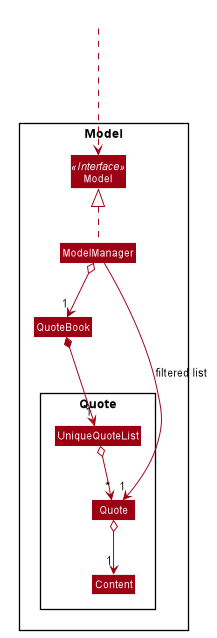
The PlantUML diagram docs/images/ModelQuoteClassDiagram.png in nus-cs2103-AY1920S2/addressbook-level3, before a commit.
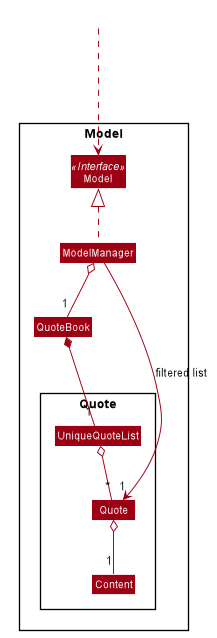
After the commit.

Change to the diagram source:
```diff
@@ -68,12 +68,12 @@
     class Content
 }
 HiddenOutside ...> Model
-ModelManager o--> "1" QuoteBook
+ModelManager o-- "1" QuoteBook
 ModelManager .up.|> Model
 ModelManager --> "1" Quote : filtered list
 
-QuoteBook *-down->"1" UniqueQuoteList
-UniqueQuoteList o--> "*" Quote
-Quote o--> "1" Content
+QuoteBook *-down-"1" UniqueQuoteList
+UniqueQuoteList o-- "*" Quote
+Quote o-- "1" Content
 
 @enduml
```
